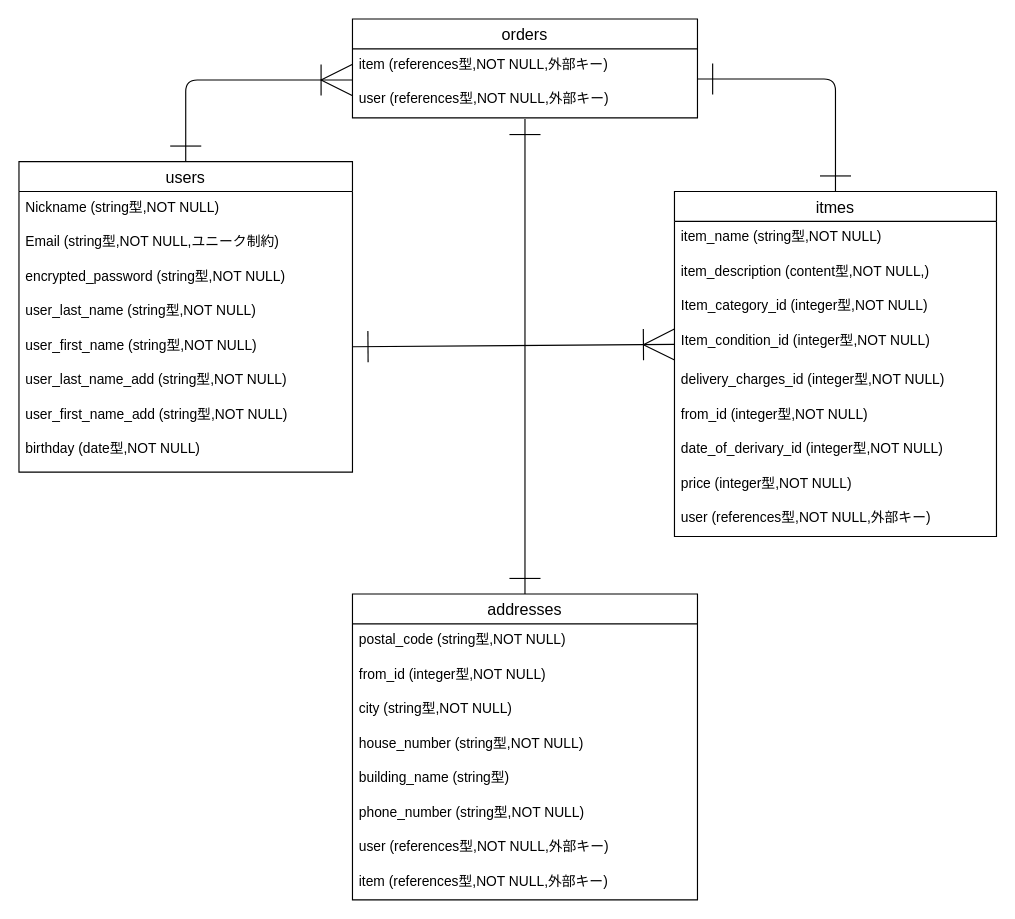
Earlier version of the draw.io diagram furima.dio (yuto0602/furima-39242). Source tidied: cells renumbered, new cells numbered last; positions are measured from the earlier drawing's top-left corner, leaving out a move shared by most shapes. Both pictures are drawn from the tidied source at 115%, with x=0, y=0 at pixel (18, 18).
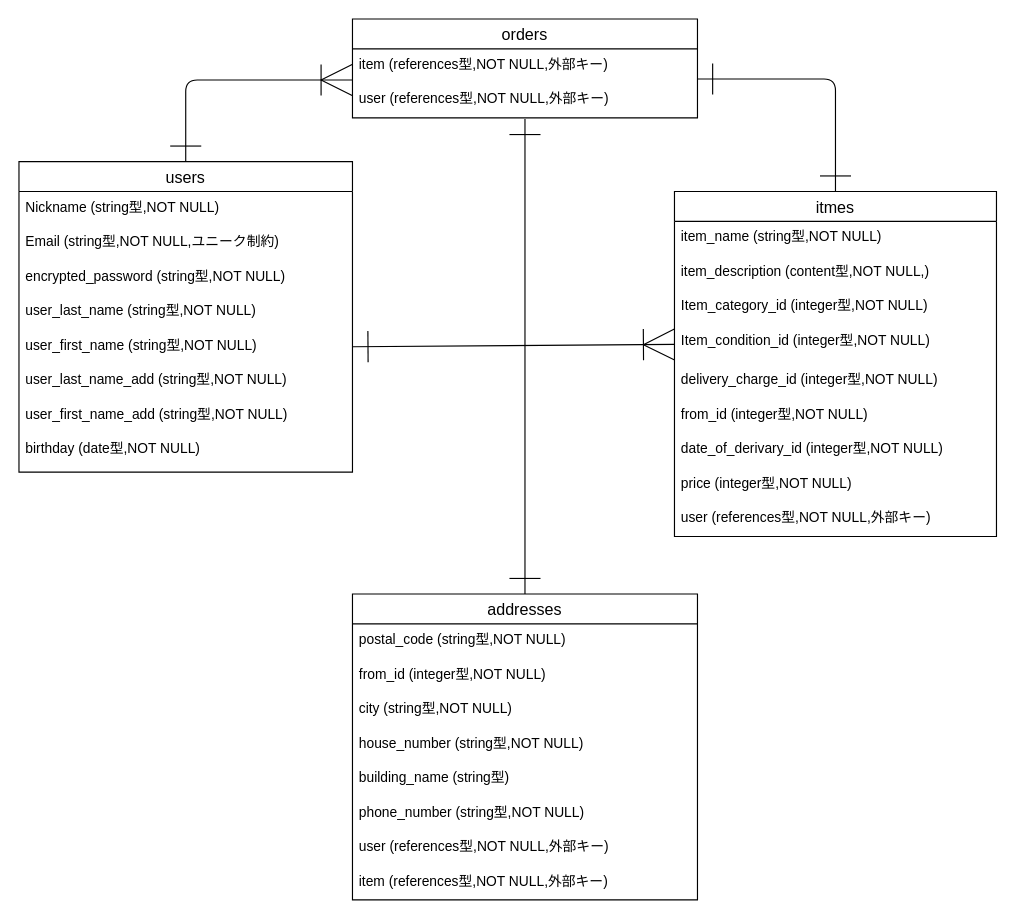
Above is the later version.

The change refers to these unchanged cells:
```xml
<mxCell id="3" value="itmes" style="swimlane;fontStyle=0;horizontal=1;startSize=26;align=center;fontSize=14;" parent="1" vertex="1">
  <mxGeometry x="570" y="150" width="280" height="300" as="geometry" />
</mxCell>
```

What changed in the source:
```diff
@@
-    <mxCell id="8" value="delivery_charges_id (integer型,NOT NULL)" style="text;strokeColor=none;fillColor=none;spacingLeft=4;spacingRight=4;overflow=hidden;fontSize=12;" parent="3" vertex="1">
+    <mxCell id="8" value="delivery_charge_id (integer型,NOT NULL)" style="text;strokeColor=none;fillColor=none;spacingLeft=4;spacingRight=4;overflow=hidden;fontSize=12;" parent="3" vertex="1">
       <mxGeometry y="150" width="280" height="30" as="geometry" />
     </mxCell>
```
